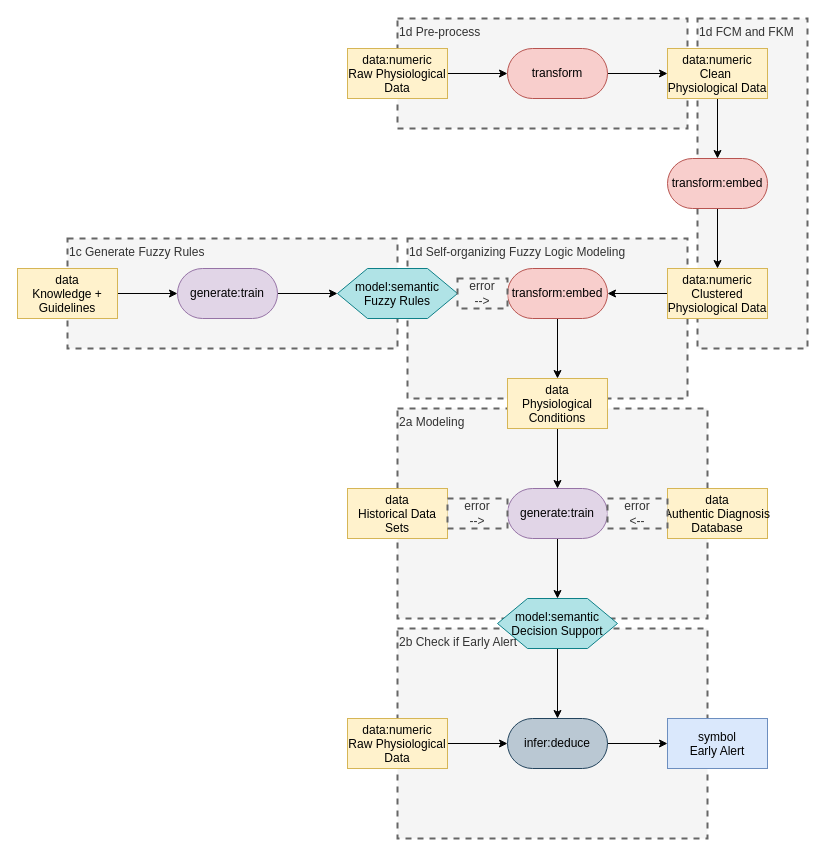
zonnesmit/thesis keeps this draw.io diagram as page "Page-1" (1 of 2) of medical patterns to boxologies/ML Pre-processes input data for Rule-Based inference (MLRB)/Machine learning-based clinical decision support system for early diagnosis from real-time physiological data.drawio. Above is the earlier version. Source tidied: cells renumbered, new cells numbered last; positions are measured from the earlier drawing's top-left corner, leaving out a move shared by most shapes. Both pictures are drawn from the tidied source at 100%, with x=0, y=0 at pixel (17, 18).
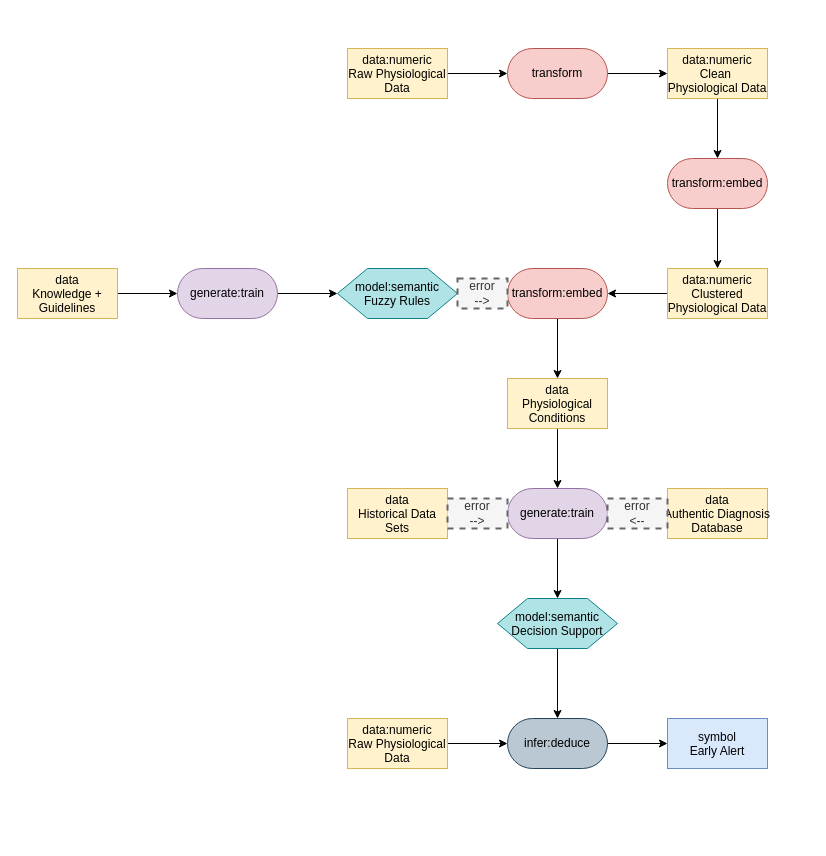
The same diagram, later.

What changed in the source:
```diff
@@
-    <mxCell id="2" value="2b Check if Early Alert" style="text;html=1;align=left;verticalAlign=top;whiteSpace=wrap;rounded=0;dashed=1;fillColor=#f5f5f5;fontColor=#333333;strokeColor=#666666;strokeWidth=2;" parent="1" vertex="1">
-      <mxGeometry x="380" y="610" width="310" height="210" as="geometry" />
-    </mxCell>
-    <mxCell id="3" value="2a Modeling" style="text;html=1;align=left;verticalAlign=top;whiteSpace=wrap;rounded=0;dashed=1;fillColor=#f5f5f5;fontColor=#333333;strokeColor=#666666;strokeWidth=2;" parent="1" vertex="1">
-      <mxGeometry x="380" y="390" width="310" height="210" as="geometry" />
-    </mxCell>
-    <mxCell id="4" value="1c Generate Fuzzy Rules" style="text;html=1;align=left;verticalAlign=top;whiteSpace=wrap;rounded=0;dashed=1;fillColor=#f5f5f5;fontColor=#333333;strokeColor=#666666;strokeWidth=2;" parent="1" vertex="1">
-      <mxGeometry x="50" y="220" width="330" height="110" as="geometry" />
-    </mxCell>
-    <mxCell id="5" value="1d Self-organizing Fuzzy Logic Modeling" style="text;html=1;align=left;verticalAlign=top;whiteSpace=wrap;rounded=0;dashed=1;fillColor=#f5f5f5;fontColor=#333333;strokeColor=#666666;strokeWidth=2;" parent="1" vertex="1">
-      <mxGeometry x="390" y="220" width="280" height="160" as="geometry" />
-    </mxCell>
-    <mxCell id="6" value="1d FCM and FKM" style="text;html=1;align=left;verticalAlign=top;whiteSpace=wrap;rounded=0;dashed=1;fillColor=#f5f5f5;fontColor=#333333;strokeColor=#666666;strokeWidth=2;" parent="1" vertex="1">
-      <mxGeometry x="680" width="110" height="330" as="geometry" />
-    </mxCell>
-    <mxCell id="7" value="1d Pre-process" style="text;html=1;align=left;verticalAlign=top;whiteSpace=wrap;rounded=0;dashed=1;fillColor=#f5f5f5;fontColor=#333333;strokeColor=#666666;strokeWidth=2;" parent="1" vertex="1">
-      <mxGeometry x="380" width="290" height="110" as="geometry" />
-    </mxCell>
```
